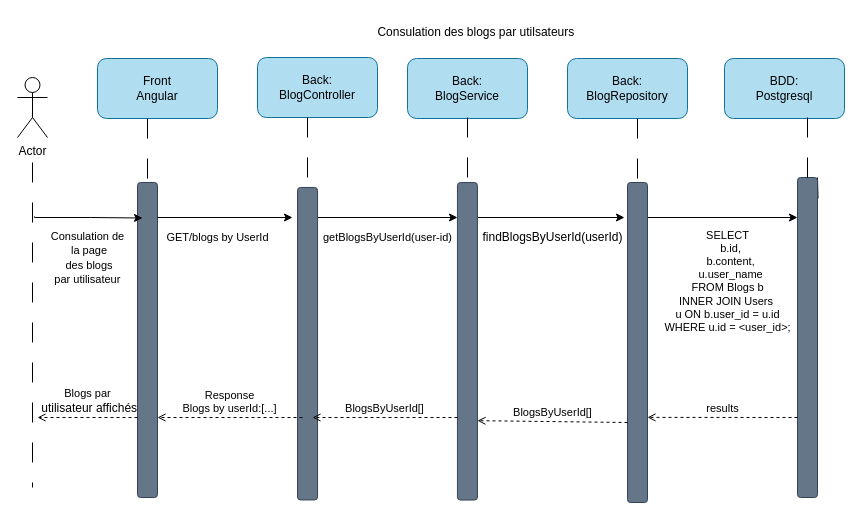
Ali0908/BDD_UML keeps this draw.io diagram as page "Diagramme de séquence" (8 of 9) of Diagramme sans nom.drawio. Above is the earlier version. Source tidied: cells renumbered, new cells numbered last; positions are measured from the earlier drawing's top-left corner, leaving out a move shared by most shapes. Both pictures are drawn from the tidied source at 100%, with x=0, y=0 at pixel (-11, 17).
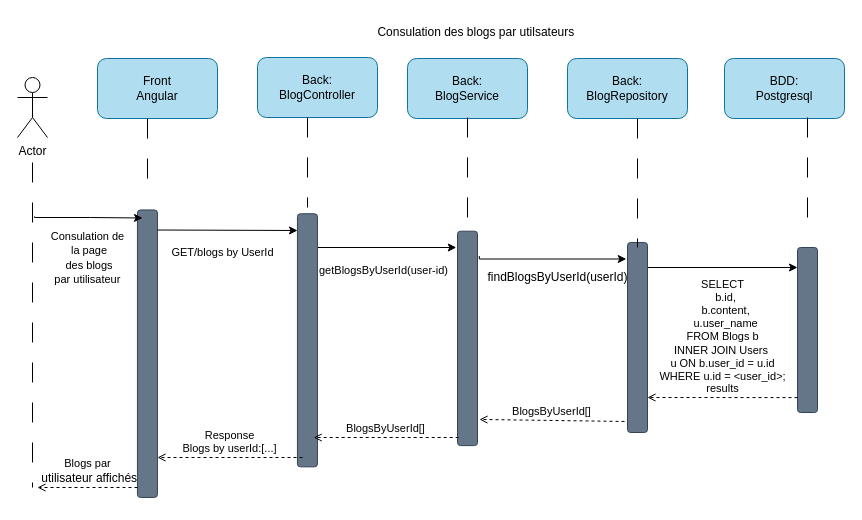
The same diagram, later.

Change to the diagram source:
```diff
@@
     <mxCell id="7" style="fontStyle=0;html=1;whiteSpace=wrap;rounded=1;fillColor=#647687;fontColor=#ffffff;strokeColor=#314354;rotation=-90;" parent="1" vertex="1">
-      <mxGeometry x="0.5" y="312.5" width="315" height="20" as="geometry" />
+      <mxGeometry x="14.2" y="326.2" width="287.5" height="20" as="geometry" />
     </mxCell>
@@
     <mxCell id="9" style="edgeStyle=orthogonalEdgeStyle;rounded=0;orthogonalLoop=1;jettySize=auto;html=1;entryX=0.75;entryY=0;entryDx=0;entryDy=0;" parent="1" edge="1">
       <mxGeometry relative="1" as="geometry">
-        <mxPoint x="323" y="200" as="sourcePoint" />
-        <mxPoint x="468" y="200" as="targetPoint" />
+        <mxPoint x="321.8" y="230" as="sourcePoint" />
+        <mxPoint x="466.8" y="230" as="targetPoint" />
       </mxGeometry>
     </mxCell>
     <mxCell id="10" style="fontStyle=0;html=1;whiteSpace=wrap;rounded=1;fillColor=#647687;fontColor=#ffffff;strokeColor=#314354;rotation=-90;" parent="1" vertex="1">
-      <mxGeometry x="161.8" y="316.2" width="312.5" height="20" as="geometry" />
+      <mxGeometry x="191.4" y="312.8" width="253.1" height="20" as="geometry" />
     </mxCell>
     <mxCell id="11" style="line;strokeWidth=1;direction=south;html=1;dashed=1;dashPattern=20 20;" parent="1" vertex="1">
-      <mxGeometry x="313" y="100" width="10" height="60" as="geometry" />
+      <mxGeometry x="313" y="100" width="10" height="90" as="geometry" />
     </mxCell>
@@
     <mxCell id="13" style="line;strokeWidth=1;direction=south;html=1;dashed=1;dashPattern=20 20;" parent="1" vertex="1">
-      <mxGeometry x="473" y="100" width="10" height="60" as="geometry" />
+      <mxGeometry x="473" y="100" width="10" height="100" as="geometry" />
     </mxCell>
     <mxCell id="14" style="edgeStyle=orthogonalEdgeStyle;rounded=0;orthogonalLoop=1;jettySize=auto;html=1;exitX=0.5;exitY=1;exitDx=0;exitDy=0;entryX=0.433;entryY=0.1;entryDx=0;entryDy=0;entryPerimeter=0;" parent="1" edge="1">
       <mxGeometry relative="1" as="geometry">
-        <mxPoint x="488" y="197" as="sourcePoint" />
-        <mxPoint x="635" y="200" as="targetPoint" />
+        <mxPoint x="489.8" y="238.5" as="sourcePoint" />
+        <mxPoint x="636.8" y="241.5" as="targetPoint" />
         <Array as="points">
-          <mxPoint x="488" y="200" />
+          <mxPoint x="489.8" y="241.5" />
         </Array>
       </mxGeometry>
     </mxCell>
     <mxCell id="15" style="fontStyle=0;html=1;whiteSpace=wrap;rounded=1;fillColor=#647687;fontColor=#ffffff;strokeColor=#314354;rotation=-90;" parent="1" vertex="1">
-      <mxGeometry x="319.2" y="313.8" width="317.5" height="20" as="geometry" />
+      <mxGeometry x="370.8" y="310.9" width="214.4" height="20" as="geometry" />
     </mxCell>
-    <mxCell id="16" style="edgeStyle=orthogonalEdgeStyle;rounded=0;orthogonalLoop=1;jettySize=auto;html=1;entryX=0.75;entryY=0;entryDx=0;entryDy=0;" parent="1" edge="1">
+    <mxCell id="16" style="edgeStyle=orthogonalEdgeStyle;rounded=0;orthogonalLoop=1;jettySize=auto;html=1;" parent="1" edge="1">
       <mxGeometry relative="1" as="geometry">
-        <mxPoint x="168" y="200" as="sourcePoint" />
-        <mxPoint x="303" y="200" as="targetPoint" />
+        <mxPoint x="168" y="212.5" as="sourcePoint" />
+        <mxPoint x="308" y="213" as="targetPoint" />
         <Array as="points">
-          <mxPoint x="168" y="200" />
-          <mxPoint x="168" y="200" />
+          <mxPoint x="168" y="212.5" />
+          <mxPoint x="168" y="212.5" />
         </Array>
       </mxGeometry>
     </mxCell>
     <mxCell id="17" value="&lt;font style=&quot;font-size: 11px;&quot;&gt;GET/blogs by UserId&lt;/font&gt;" style="text;html=1;align=center;verticalAlign=middle;strokeColor=none;fillColor=none;" parent="1" vertex="1">
-      <mxGeometry x="163" y="205" width="130" height="30" as="geometry" />
+      <mxGeometry x="168" y="220" width="130" height="30" as="geometry" />
     </mxCell>
     <mxCell id="18" value="&lt;font style=&quot;font-size: 11px;&quot;&gt;getBlogsByUserId(user-id&lt;span style=&quot;background-color: initial;&quot;&gt;)&lt;/span&gt;&lt;/font&gt;" style="text;html=1;align=center;verticalAlign=middle;strokeColor=none;fillColor=none;" parent="1" vertex="1">
-      <mxGeometry x="323" y="205" width="150" height="30" as="geometry" />
+      <mxGeometry x="319.2" y="238" width="150" height="30" as="geometry" />
     </mxCell>
@@
     <mxCell id="20" style="edgeStyle=orthogonalEdgeStyle;rounded=0;orthogonalLoop=1;jettySize=auto;html=1;exitX=0.5;exitY=1;exitDx=0;exitDy=0;" parent="1" edge="1">
       <mxGeometry relative="1" as="geometry">
-        <mxPoint x="658" y="200" as="sourcePoint" />
-        <mxPoint x="808" y="200" as="targetPoint" />
+        <mxPoint x="658" y="250" as="sourcePoint" />
+        <mxPoint x="808" y="250" as="targetPoint" />
       </mxGeometry>
     </mxCell>
     <mxCell id="21" style="fontStyle=0;html=1;whiteSpace=wrap;rounded=1;fillColor=#647687;fontColor=#ffffff;strokeColor=#314354;rotation=-90;" parent="1" vertex="1">
-      <mxGeometry x="488" y="315" width="320" height="20" as="geometry" />
+      <mxGeometry x="553" y="310" width="190" height="20" as="geometry" />
     </mxCell>
     <mxCell id="22" style="line;strokeWidth=1;direction=south;html=1;dashed=1;dashPattern=20 20;" parent="1" vertex="1">
-      <mxGeometry x="643" y="101" width="10" height="60" as="geometry" />
+      <mxGeometry x="643" y="101" width="10" height="129" as="geometry" />
     </mxCell>
@@
-    <mxCell id="24" style="edgeStyle=orthogonalEdgeStyle;rounded=0;jettySize=auto;html=1;" parent="1" edge="1" target="25">
-      <mxGeometry relative="1" as="geometry">
-        <mxPoint x="828" y="160" as="sourcePoint" />
-      </mxGeometry>
-    </mxCell>
     <mxCell id="25" style="fontStyle=0;html=1;whiteSpace=wrap;rounded=1;fillColor=#647687;fontColor=#ffffff;strokeColor=#314354;rotation=-90;" parent="1" vertex="1">
-      <mxGeometry x="658" y="310" width="320" height="20" as="geometry" />
+      <mxGeometry x="735.5" y="302.5" width="165" height="20" as="geometry" />
     </mxCell>
@@
     <mxCell id="27" value="findBlogsByUserId(userId)" style="text;html=1;align=center;verticalAlign=middle;strokeColor=none;fillColor=none;" parent="1" vertex="1">
-      <mxGeometry x="483" y="205" width="160" height="30" as="geometry" />
+      <mxGeometry x="488" y="245" width="160" height="30" as="geometry" />
     </mxCell>
     <mxCell id="28" value="&lt;div style=&quot;font-size: 11px;&quot;&gt;&lt;font style=&quot;font-size: 11px;&quot;&gt;SELECT&lt;/font&gt;&lt;/div&gt;&lt;div style=&quot;font-size: 11px;&quot;&gt;&lt;font style=&quot;font-size: 11px;&quot;&gt;&amp;nbsp; b.id,&lt;/font&gt;&lt;/div&gt;&lt;div style=&quot;font-size: 11px;&quot;&gt;&lt;span style=&quot;background-color: initial;&quot;&gt;&amp;nbsp; b.content,&lt;/span&gt;&lt;br&gt;&lt;/div&gt;&lt;div style=&quot;font-size: 11px;&quot;&gt;&lt;font style=&quot;font-size: 11px;&quot;&gt;&amp;nbsp; u.user_name&lt;/font&gt;&lt;/div&gt;&lt;div style=&quot;font-size: 11px;&quot;&gt;&lt;font style=&quot;font-size: 11px;&quot;&gt;FROM Blogs b&lt;/font&gt;&lt;/div&gt;&lt;div style=&quot;font-size: 11px;&quot;&gt;&lt;font style=&quot;font-size: 11px;&quot;&gt;INNER JOIN Users&amp;nbsp;&lt;/font&gt;&lt;/div&gt;&lt;div style=&quot;font-size: 11px;&quot;&gt;&lt;font style=&quot;font-size: 11px;&quot;&gt;u ON b.user_id = u.id&lt;/font&gt;&lt;/div&gt;&lt;div style=&quot;font-size: 11px;&quot;&gt;&lt;font style=&quot;font-size: 11px;&quot;&gt;WHERE u.id = &amp;lt;user_id&amp;gt;;&lt;/font&gt;&lt;/div&gt;&lt;div&gt;&lt;br&gt;&lt;/div&gt;" style="text;html=1;align=center;verticalAlign=middle;strokeColor=none;fillColor=none;" parent="1" vertex="1">
-      <mxGeometry x="663" y="206.2" width="150" height="130" as="geometry" />
+      <mxGeometry x="658" y="255" width="150" height="130" as="geometry" />
     </mxCell>
     <mxCell id="29" style="line;strokeWidth=1;direction=south;html=1;dashed=1;dashPattern=20 20;" parent="1" vertex="1">
-      <mxGeometry x="813" y="100" width="10" height="60" as="geometry" />
+      <mxGeometry x="813" y="100" width="10" height="120" as="geometry" />
     </mxCell>
-    <mxCell id="30" value="results" style="endArrow=open;html=1;rounded=0;align=center;verticalAlign=bottom;dashed=1;endFill=0;labelBackgroundColor=none;exitX=0.25;exitY=0;exitDx=0;exitDy=0;entryX=0.266;entryY=1;entryDx=0;entryDy=0;entryPerimeter=0;" parent="1" edge="1" source="25" target="21">
-      <mxGeometry relative="1" as="geometry" />
+    <mxCell id="30" value="results" style="endArrow=open;html=1;rounded=0;align=center;verticalAlign=bottom;dashed=1;endFill=0;labelBackgroundColor=none;exitX=0.25;exitY=0;exitDx=0;exitDy=0;entryX=0.266;entryY=1;entryDx=0;entryDy=0;entryPerimeter=0;" parent="1" edge="1">
+      <mxGeometry relative="1" as="geometry">
+        <mxPoint x="808" y="380.1" as="sourcePoint" />
+        <mxPoint x="658" y="380" as="targetPoint" />
+      </mxGeometry>
     </mxCell>
@@
-    <mxCell id="32" value="BlogsByUserId[]" style="endArrow=open;html=1;rounded=0;align=center;verticalAlign=bottom;dashed=1;endFill=0;labelBackgroundColor=none;exitX=0.25;exitY=0;exitDx=0;exitDy=0;entryX=0.25;entryY=1;entryDx=0;entryDy=0;" parent="1" edge="1" source="21" target="15">
+    <mxCell id="32" value="BlogsByUserId[]" style="endArrow=open;html=1;rounded=0;align=center;verticalAlign=bottom;dashed=1;endFill=0;labelBackgroundColor=none;exitX=0.058;exitY=-0.15;exitDx=0;exitDy=0;entryX=0.122;entryY=1.1;entryDx=0;entryDy=0;entryPerimeter=0;exitPerimeter=0;" parent="1" edge="1" source="21" target="15">
       <mxGeometry relative="1" as="geometry" />
     </mxCell>
@@
     <mxCell id="34" value="BlogsByUserId[]" style="endArrow=open;html=1;rounded=0;align=center;verticalAlign=bottom;dashed=1;endFill=0;labelBackgroundColor=none;entryX=0.25;entryY=1;entryDx=0;entryDy=0;" parent="1" edge="1">
       <mxGeometry relative="1" as="geometry">
-        <mxPoint x="468" y="400" as="sourcePoint" />
-        <mxPoint x="323" y="400" as="targetPoint" />
+        <mxPoint x="469.2" y="420" as="sourcePoint" />
+        <mxPoint x="324.2" y="420" as="targetPoint" />
       </mxGeometry>
     </mxCell>
@@
     <mxCell id="36" value="Response&lt;br&gt;Blogs by userId:[...]" style="endArrow=open;html=1;rounded=0;align=center;verticalAlign=bottom;dashed=1;endFill=0;labelBackgroundColor=none;entryX=0.25;entryY=1;entryDx=0;entryDy=0;" parent="1" edge="1">
       <mxGeometry relative="1" as="geometry">
-        <mxPoint x="313" y="400" as="sourcePoint" />
-        <mxPoint x="168" y="400" as="targetPoint" />
+        <mxPoint x="313" y="440" as="sourcePoint" />
+        <mxPoint x="168" y="440" as="targetPoint" />
       </mxGeometry>
     </mxCell>
@@
     <mxCell id="40" value="Blogs par&lt;br style=&quot;border-color: var(--border-color); font-size: 12px;&quot;&gt;&lt;span style=&quot;font-size: 12px;&quot;&gt;&amp;nbsp;utilisateur affichés&lt;/span&gt;" style="endArrow=open;html=1;rounded=0;align=center;verticalAlign=bottom;dashed=1;endFill=0;labelBackgroundColor=none;" parent="1" edge="1">
       <mxGeometry relative="1" as="geometry">
-        <mxPoint x="148" y="400" as="sourcePoint" />
-        <mxPoint x="48" y="400" as="targetPoint" />
+        <mxPoint x="148" y="470" as="sourcePoint" />
+        <mxPoint x="48" y="470" as="targetPoint" />
       </mxGeometry>
     </mxCell>
```
